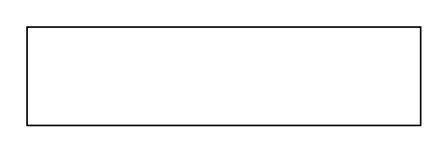
Before: PELUQUERIA ARACELI.drawio in GaGhub/LSDAWGabrieldeluque, a draw.io diagram. Source tidied: cells renumbered, new cells numbered last; positions are measured from the earlier drawing's top-left corner, leaving out a move shared by most shapes. Both pictures are drawn from the tidied source at 164%, with x=0, y=0 at pixel (26, 26).
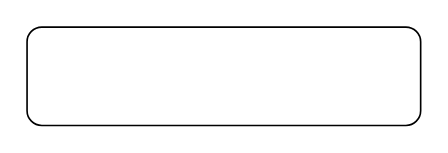
The same page after the edit.

Diff of the diagram source:
```diff
@@
 <mxGraphModel>
   <root>
     <mxCell id="0" />
     <mxCell id="1" parent="0" />
-    <mxCell id="2" style="rounded=0;whiteSpace=wrap;html=1;" parent="1" vertex="1">
+    <mxCell id="2" style="rounded=1;whiteSpace=wrap;html=1;glass=0;shadow=0;" parent="1" vertex="1">
       <mxGeometry width="240" height="60" as="geometry" />
     </mxCell>
   </root>
 </mxGraphModel>
```
